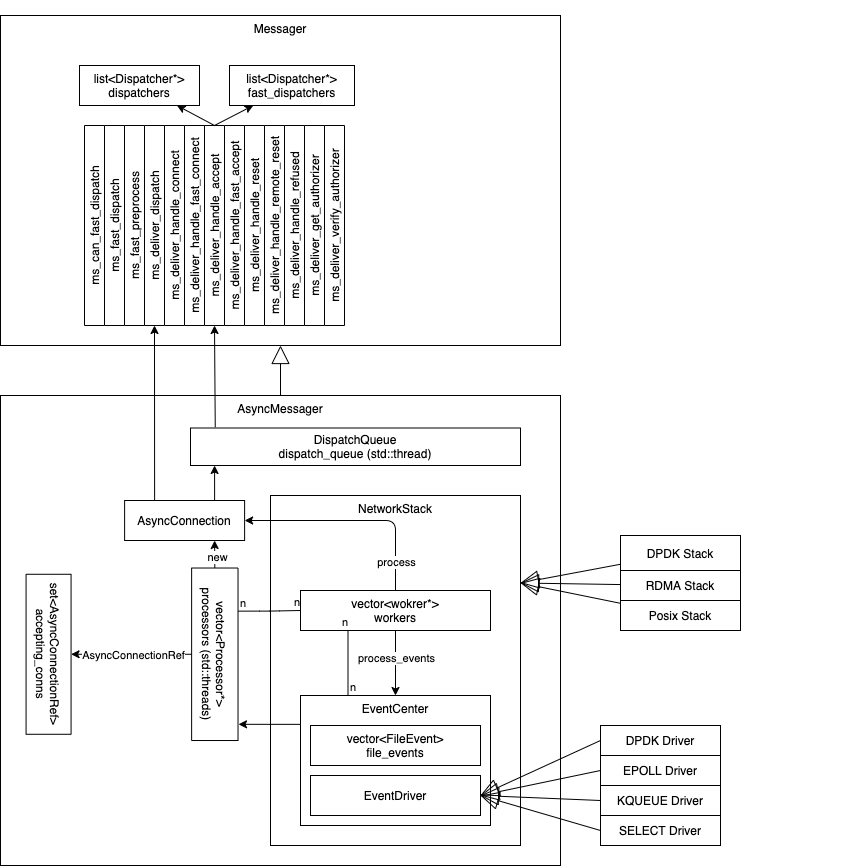
Earlier version of the draw.io export images/asyncmessenger/ceph-AsyncMessenger.png (zhoubofsy/zhoubofsy.github.io). Source tidied: cells renumbered, new cells last; positions are measured from the earlier drawing's top-left corner, leaving out a move shared by most shapes. Its diagram source:
```xml
<mxGraphModel>
  <root>
    <mxCell id="0" />
    <mxCell id="1" parent="0" />
    <mxCell id="2" value="Messager" style="rounded=0;whiteSpace=wrap;html=1;verticalAlign=top;" parent="1" vertex="1">
      <mxGeometry x="32" width="560" height="330" as="geometry" />
    </mxCell>
    <mxCell id="3" value="AsyncMessager" style="rounded=0;whiteSpace=wrap;html=1;verticalAlign=top;" parent="1" vertex="1">
      <mxGeometry x="32" y="380" width="560" height="470" as="geometry" />
    </mxCell>
    <mxCell id="4" style="endArrow=block;endSize=16;endFill=0;html=1;" parent="1" edge="1" source="3" target="2">
      <mxGeometry relative="1" as="geometry" />
    </mxCell>
    <mxCell id="5" value="set&amp;lt;AsyncConnectionRef&amp;gt;&lt;br&gt;accepting_conns" style="rounded=0;whiteSpace=wrap;html=1;rotation=90;" parent="1" vertex="1">
      <mxGeometry x="0.1" y="616.3" width="160" height="45" as="geometry" />
    </mxCell>
    <mxCell id="6" style="endArrow=block;endSize=16;endFill=0;html=1;entryX=1;entryY=0.25;entryDx=0;entryDy=0;" parent="1" edge="1" source="57" target="18">
      <mxGeometry relative="1" as="geometry" />
    </mxCell>
    <mxCell id="7" style="endArrow=block;endSize=16;endFill=0;html=1;entryX=1;entryY=0.25;entryDx=0;entryDy=0;" parent="1" edge="1" source="58" target="18">
      <mxGeometry relative="1" as="geometry" />
    </mxCell>
    <mxCell id="8" style="endArrow=block;endSize=16;endFill=0;html=1;entryX=1;entryY=0.25;entryDx=0;entryDy=0;" parent="1" edge="1" source="59" target="18">
      <mxGeometry relative="1" as="geometry" />
    </mxCell>
    <mxCell id="9" value="DispatchQueue&lt;br&gt;dispatch_queue (std::thread)" style="rounded=0;whiteSpace=wrap;html=1;" parent="1" vertex="1">
      <mxGeometry x="222" y="412.5" width="330" height="37.5" as="geometry" />
    </mxCell>
    <mxCell id="10" value="vector&amp;lt;Processor*&amp;gt;&lt;br&gt;processors (std::threads)" style="rounded=0;whiteSpace=wrap;html=1;rotation=90;" parent="1" vertex="1">
      <mxGeometry x="160.1" y="615.6" width="172.5" height="46.4" as="geometry" />
    </mxCell>
    <mxCell id="11" style="endArrow=classic;html=1;entryX=0;entryY=0.5;entryDx=0;entryDy=0;exitX=0.075;exitY=-0.022;exitDx=0;exitDy=0;exitPerimeter=0;" parent="1" edge="1" source="9" target="44">
      <mxGeometry relative="1" as="geometry" />
    </mxCell>
    <mxCell id="12" style="endArrow=classic;html=1;exitX=0.5;exitY=1;exitDx=0;exitDy=0;entryX=0.5;entryY=0;entryDx=0;entryDy=0;" parent="1" edge="1" source="10" target="5">
      <mxGeometry relative="1" as="geometry" />
    </mxCell>
    <mxCell id="13" value="AsyncConnectionRef" style="edgeLabel;html=1;align=center;verticalAlign=middle;" parent="12" vertex="1">
      <mxGeometry x="-0.16" relative="1" as="geometry">
        <mxPoint x="-9.1" y="0.4" as="offset" />
      </mxGeometry>
    </mxCell>
    <mxCell id="14" value="DPDK Driver" style="rounded=0;whiteSpace=wrap;html=1;" parent="1" vertex="1">
      <mxGeometry x="632" y="710" width="120" height="30" as="geometry" />
    </mxCell>
    <mxCell id="15" value="EPOLL Driver" style="rounded=0;whiteSpace=wrap;html=1;" parent="1" vertex="1">
      <mxGeometry x="632" y="740" width="120" height="30" as="geometry" />
    </mxCell>
    <mxCell id="16" value="KQUEUE Driver" style="rounded=0;whiteSpace=wrap;html=1;" parent="1" vertex="1">
      <mxGeometry x="632" y="770" width="120" height="30" as="geometry" />
    </mxCell>
    <mxCell id="17" value="SELECT Driver" style="rounded=0;whiteSpace=wrap;html=1;" parent="1" vertex="1">
      <mxGeometry x="632" y="800" width="120" height="30" as="geometry" />
    </mxCell>
    <mxCell id="18" value="NetworkStack" style="rounded=0;whiteSpace=wrap;html=1;verticalAlign=top;" parent="1" vertex="1">
      <mxGeometry x="302" y="480" width="250" height="350" as="geometry" />
    </mxCell>
    <mxCell id="19" value="vector&amp;lt;wokrer*&amp;gt;&lt;br&gt;workers" style="rounded=0;whiteSpace=wrap;html=1;" parent="1" vertex="1">
      <mxGeometry x="332" y="575" width="190" height="40" as="geometry" />
    </mxCell>
    <mxCell id="20" style="endArrow=none;html=1;edgeStyle=orthogonalEdgeStyle;exitX=0.25;exitY=0;exitDx=0;exitDy=0;entryX=0.25;entryY=1;entryDx=0;entryDy=0;" parent="1" edge="1" source="28" target="19">
      <mxGeometry relative="1" as="geometry" />
    </mxCell>
    <mxCell id="21" value="n" style="edgeLabel;html=1;align=left;verticalAlign=bottom;" parent="20" vertex="1">
      <mxGeometry x="-1" relative="1" as="geometry" />
    </mxCell>
    <mxCell id="22" value="n" style="edgeLabel;html=1;align=right;verticalAlign=bottom;" parent="20" vertex="1">
      <mxGeometry x="1" relative="1" as="geometry" />
    </mxCell>
    <mxCell id="23" style="endArrow=classic;html=1;exitX=0.5;exitY=1;exitDx=0;exitDy=0;edgeStyle=orthogonalEdgeStyle;" parent="1" edge="1" source="19" target="28">
      <mxGeometry relative="1" as="geometry" />
    </mxCell>
    <mxCell id="24" value="process_events" style="edgeLabel;html=1;align=center;verticalAlign=middle;" parent="23" vertex="1">
      <mxGeometry x="-0.16" relative="1" as="geometry" />
    </mxCell>
    <mxCell id="25" style="endArrow=none;html=1;edgeStyle=orthogonalEdgeStyle;exitX=0.25;exitY=0;exitDx=0;exitDy=0;entryX=0;entryY=0.5;entryDx=0;entryDy=0;" parent="1" edge="1" source="10" target="19">
      <mxGeometry relative="1" as="geometry">
        <Array as="points">
          <mxPoint x="301" y="596" />
        </Array>
      </mxGeometry>
    </mxCell>
    <mxCell id="26" value="n" style="edgeLabel;html=1;align=left;verticalAlign=bottom;" parent="25" vertex="1">
      <mxGeometry x="-1" relative="1" as="geometry" />
    </mxCell>
    <mxCell id="27" value="n" style="edgeLabel;html=1;align=right;verticalAlign=bottom;" parent="25" vertex="1">
      <mxGeometry x="1" relative="1" as="geometry" />
    </mxCell>
    <mxCell id="28" value="EventCenter" style="rounded=0;whiteSpace=wrap;html=1;verticalAlign=top;" parent="1" vertex="1">
      <mxGeometry x="332" y="680" width="190" height="130" as="geometry" />
    </mxCell>
    <mxCell id="29" value="EventDriver" style="rounded=0;whiteSpace=wrap;html=1;rotation=0;" parent="1" vertex="1">
      <mxGeometry x="342" y="760" width="170" height="40" as="geometry" />
    </mxCell>
    <mxCell id="30" value="vector&amp;lt;FileEvent&amp;gt;&lt;br&gt;file_events" style="rounded=0;whiteSpace=wrap;html=1;" parent="1" vertex="1">
      <mxGeometry x="342" y="710" width="170" height="40" as="geometry" />
    </mxCell>
    <mxCell id="31" style="endArrow=block;endSize=16;endFill=0;html=1;entryX=1;entryY=0.5;entryDx=0;entryDy=0;exitX=0;exitY=0.5;exitDx=0;exitDy=0;" parent="1" edge="1" source="14" target="29">
      <mxGeometry relative="1" as="geometry" />
    </mxCell>
    <mxCell id="32" style="endArrow=block;endSize=16;endFill=0;html=1;entryX=1;entryY=0.5;entryDx=0;entryDy=0;exitX=0;exitY=0.5;exitDx=0;exitDy=0;" parent="1" edge="1" source="15" target="29">
      <mxGeometry relative="1" as="geometry" />
    </mxCell>
    <mxCell id="33" style="endArrow=block;endSize=16;endFill=0;html=1;exitX=0;exitY=0.5;exitDx=0;exitDy=0;entryX=1;entryY=0.5;entryDx=0;entryDy=0;" parent="1" edge="1" source="16" target="29">
      <mxGeometry relative="1" as="geometry" />
    </mxCell>
    <mxCell id="34" style="endArrow=block;endSize=16;endFill=0;html=1;exitX=0;exitY=0.5;exitDx=0;exitDy=0;entryX=1;entryY=0.5;entryDx=0;entryDy=0;" parent="1" edge="1" source="17" target="29">
      <mxGeometry relative="1" as="geometry" />
    </mxCell>
    <mxCell id="35" style="endArrow=classic;html=1;entryX=0.906;entryY=-0.011;entryDx=0;entryDy=0;entryPerimeter=0;exitX=-0.001;exitY=0.222;exitDx=0;exitDy=0;exitPerimeter=0;" parent="1" edge="1" source="28" target="10">
      <mxGeometry relative="1" as="geometry" />
    </mxCell>
    <mxCell id="36" style="endArrow=classic;html=1;exitX=0;exitY=0.5;exitDx=0;exitDy=0;entryX=0.75;entryY=1;entryDx=0;entryDy=0;" parent="1" edge="1" source="10" target="61">
      <mxGeometry relative="1" as="geometry" />
    </mxCell>
    <mxCell id="37" value="new" style="edgeLabel;html=1;align=center;verticalAlign=middle;" parent="36" vertex="1">
      <mxGeometry x="-0.24" y="-2" relative="1" as="geometry" />
    </mxCell>
    <mxCell id="38" style="group;" parent="1" vertex="1">
      <mxGeometry x="191" y="290" width="684" height="315" as="geometry" />
    </mxCell>
    <mxCell id="39" value="list&amp;lt;Dispatcher*&amp;gt;&lt;br&gt;dispatchers" style="rounded=0;whiteSpace=wrap;html=1;" parent="38" vertex="1">
      <mxGeometry x="-80" y="-240" width="120" height="40" as="geometry" />
    </mxCell>
    <mxCell id="40" value="list&amp;lt;Dispatcher*&amp;gt;&lt;br&gt;fast_dispatchers" style="rounded=0;whiteSpace=wrap;html=1;" parent="38" vertex="1">
      <mxGeometry x="70" y="-240" width="125" height="40" as="geometry" />
    </mxCell>
    <mxCell id="41" style="group;rotation=-90;" parent="38" vertex="1">
      <mxGeometry x="-45" y="-210" width="450" height="260" as="geometry" />
    </mxCell>
    <mxCell id="42" value="ms_deliver_handle_connect" style="rounded=0;whiteSpace=wrap;html=1;rotation=-90;" parent="41" vertex="1">
      <mxGeometry x="-40" y="120" width="200" height="20" as="geometry" />
    </mxCell>
    <mxCell id="43" value="ms_deliver_handle_fast_connect" style="rounded=0;whiteSpace=wrap;html=1;rotation=-90;" parent="41" vertex="1">
      <mxGeometry x="-20" y="120" width="200" height="20" as="geometry" />
    </mxCell>
    <mxCell id="44" value="ms_deliver_handle_accept" style="rounded=0;whiteSpace=wrap;html=1;rotation=-90;" parent="41" vertex="1">
      <mxGeometry y="120" width="200" height="20" as="geometry" />
    </mxCell>
    <mxCell id="45" value="ms_deliver_handle_fast_accept" style="rounded=0;whiteSpace=wrap;html=1;rotation=-90;" parent="41" vertex="1">
      <mxGeometry x="20" y="120" width="200" height="20" as="geometry" />
    </mxCell>
    <mxCell id="46" value="ms_deliver_handle_reset" style="rounded=0;whiteSpace=wrap;html=1;rotation=-90;" parent="41" vertex="1">
      <mxGeometry x="40" y="120" width="200" height="20" as="geometry" />
    </mxCell>
    <mxCell id="47" value="ms_deliver_handle_remote_reset" style="rounded=0;whiteSpace=wrap;html=1;rotation=-90;" parent="41" vertex="1">
      <mxGeometry x="60" y="120" width="200" height="20" as="geometry" />
    </mxCell>
    <mxCell id="48" value="ms_deliver_handle_refused" style="rounded=0;whiteSpace=wrap;html=1;rotation=-90;" parent="41" vertex="1">
      <mxGeometry x="80" y="120" width="200" height="20" as="geometry" />
    </mxCell>
    <mxCell id="49" value="ms_deliver_get_authorizer" style="rounded=0;whiteSpace=wrap;html=1;rotation=-90;" parent="41" vertex="1">
      <mxGeometry x="100" y="120" width="200" height="20" as="geometry" />
    </mxCell>
    <mxCell id="50" value="ms_deliver_verify_authorizer" style="rounded=0;whiteSpace=wrap;html=1;rotation=-90;" parent="41" vertex="1">
      <mxGeometry x="120" y="120" width="200" height="20" as="geometry" />
    </mxCell>
    <mxCell id="51" value="ms_deliver_dispatch" style="rounded=0;whiteSpace=wrap;html=1;rotation=-90;" parent="41" vertex="1">
      <mxGeometry x="-60" y="120" width="200" height="20" as="geometry" />
    </mxCell>
    <mxCell id="52" value="ms_fast_preprocess" style="rounded=0;whiteSpace=wrap;html=1;rotation=-90;" parent="41" vertex="1">
      <mxGeometry x="-80" y="120" width="200" height="20" as="geometry" />
    </mxCell>
    <mxCell id="53" value="ms_fast_dispatch" style="rounded=0;whiteSpace=wrap;html=1;rotation=-90;" parent="41" vertex="1">
      <mxGeometry x="-100" y="120" width="200" height="20" as="geometry" />
    </mxCell>
    <mxCell id="54" value="ms_can_fast_dispatch" style="rounded=0;whiteSpace=wrap;html=1;rotation=-90;" parent="41" vertex="1">
      <mxGeometry x="-120" y="120" width="200" height="20" as="geometry" />
    </mxCell>
    <mxCell id="55" style="endArrow=classic;html=1;exitX=1;exitY=0.5;exitDx=0;exitDy=0;" parent="38" edge="1" source="44" target="40">
      <mxGeometry relative="1" as="geometry" />
    </mxCell>
    <mxCell id="56" style="endArrow=classic;html=1;exitX=1;exitY=0.5;exitDx=0;exitDy=0;" parent="38" edge="1" source="44" target="39">
      <mxGeometry relative="1" as="geometry" />
    </mxCell>
    <mxCell id="57" value="Posix Stack" style="rounded=0;whiteSpace=wrap;html=1;" parent="38" vertex="1">
      <mxGeometry x="461" y="295" width="120" height="30" as="geometry" />
    </mxCell>
    <mxCell id="58" value="RDMA Stack" style="rounded=0;whiteSpace=wrap;html=1;" parent="38" vertex="1">
      <mxGeometry x="461" y="265" width="120" height="30" as="geometry" />
    </mxCell>
    <mxCell id="59" value="DPDK&amp;nbsp;Stack" style="rounded=0;whiteSpace=wrap;html=1;" parent="38" vertex="1">
      <mxGeometry x="461" y="230" width="120" height="35" as="geometry" />
    </mxCell>
    <mxCell id="60" style="endArrow=classic;html=1;exitX=0.75;exitY=0;exitDx=0;exitDy=0;entryX=0.073;entryY=1;entryDx=0;entryDy=0;entryPerimeter=0;" parent="1" edge="1" source="61" target="9">
      <mxGeometry relative="1" as="geometry" />
    </mxCell>
    <mxCell id="61" value="AsyncConnection" style="rounded=0;whiteSpace=wrap;html=1;" parent="1" vertex="1">
      <mxGeometry x="156.1" y="485" width="120" height="40" as="geometry" />
    </mxCell>
    <mxCell id="62" style="endArrow=classic;html=1;exitX=0.25;exitY=0;exitDx=0;exitDy=0;entryX=0;entryY=0.5;entryDx=0;entryDy=0;" parent="1" edge="1" source="61" target="51">
      <mxGeometry relative="1" as="geometry" />
    </mxCell>
    <mxCell id="63" style="endArrow=classic;html=1;exitX=0.5;exitY=0;exitDx=0;exitDy=0;entryX=1;entryY=0.5;entryDx=0;entryDy=0;edgeStyle=orthogonalEdgeStyle;" parent="1" edge="1" source="19" target="61">
      <mxGeometry relative="1" as="geometry" />
    </mxCell>
    <mxCell id="64" value="process" style="edgeLabel;html=1;align=center;verticalAlign=middle;" parent="63" vertex="1">
      <mxGeometry x="-0.74" relative="1" as="geometry" />
    </mxCell>
  </root>
</mxGraphModel>
```
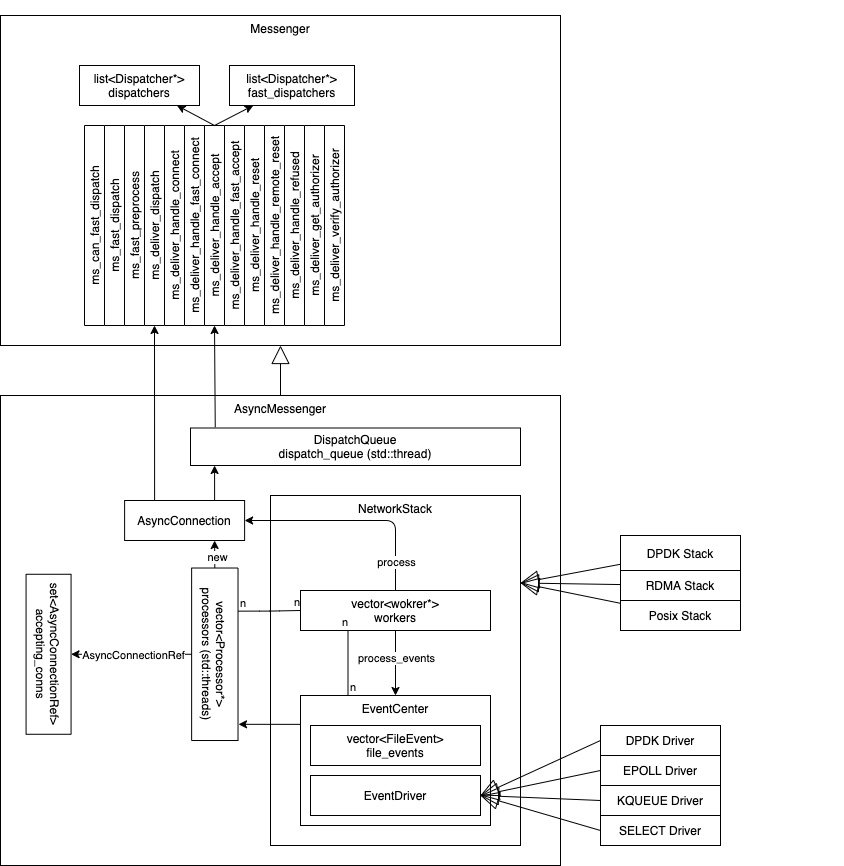
Above is the later version.

Diff of the diagram source:
```diff
@@ -2,10 +2,10 @@
   <root>
     <mxCell id="0" />
     <mxCell id="1" parent="0" />
-    <mxCell id="2" value="Messager" style="rounded=0;whiteSpace=wrap;html=1;verticalAlign=top;" parent="1" vertex="1">
+    <mxCell id="2" value="Messenger" style="rounded=0;whiteSpace=wrap;html=1;verticalAlign=top;" parent="1" vertex="1">
       <mxGeometry x="32" width="560" height="330" as="geometry" />
     </mxCell>
-    <mxCell id="3" value="AsyncMessager" style="rounded=0;whiteSpace=wrap;html=1;verticalAlign=top;" parent="1" vertex="1">
+    <mxCell id="3" value="AsyncMessenger" style="rounded=0;whiteSpace=wrap;html=1;verticalAlign=top;" parent="1" vertex="1">
       <mxGeometry x="32" y="380" width="560" height="470" as="geometry" />
     </mxCell>
     <mxCell id="4" style="endArrow=block;endSize=16;endFill=0;html=1;" parent="1" edge="1" source="3" target="2">
```
